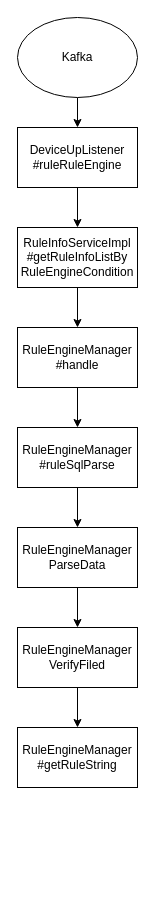
Above: 规则引擎处理流程图.drawio in wjwzero/DesignDrawing- (draw.io), before the change. Source tidied: cells renumbered, new cells numbered last; positions are measured from the earlier drawing's top-left corner, leaving out a move shared by most shapes. Both pictures are drawn from the tidied source at 100%, with x=0, y=0 at pixel (17, 17).
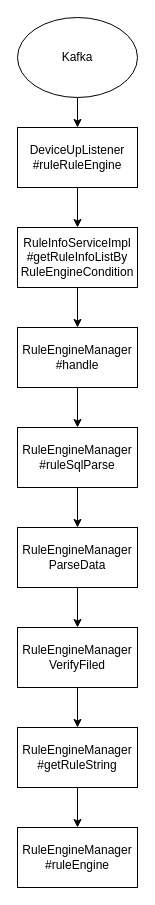
Above is the later version.

Commit message (it also covers changes not shown here):
更新规则引擎处理流程图.drawio

What changed in the source:
```diff
@@
 <mxGraphModel>
   <root>
     <mxCell id="0" />
     <mxCell id="1" parent="0" />
     <mxCell id="2" style="edgeStyle=orthogonalEdgeStyle;rounded=0;jettySize=auto;html=1;" parent="1" edge="1" source="3" target="5">
       <mxGeometry relative="1" as="geometry" />
     </mxCell>
     <mxCell id="3" value="Kafka" style="ellipse;whiteSpace=wrap;html=1;" parent="1" vertex="1">
       <mxGeometry width="120" height="80" as="geometry" />
     </mxCell>
     <mxCell id="4" style="edgeStyle=orthogonalEdgeStyle;rounded=0;jettySize=auto;html=1;" parent="1" edge="1" source="5" target="7">
       <mxGeometry relative="1" as="geometry" />
     </mxCell>
     <mxCell id="5" value="DeviceUpListener&lt;br&gt;#ruleRuleEngine" style="rounded=0;whiteSpace=wrap;html=1;" parent="1" vertex="1">
       <mxGeometry y="110" width="120" height="60" as="geometry" />
     </mxCell>
     <mxCell id="6" style="edgeStyle=orthogonalEdgeStyle;rounded=0;jettySize=auto;html=1;" parent="1" edge="1" source="7" target="9">
       <mxGeometry relative="1" as="geometry" />
     </mxCell>
     <mxCell id="7" value="RuleInfoServiceImpl&lt;br&gt;#getRuleInfoListBy&lt;br&gt;RuleEngineCondition" style="rounded=0;whiteSpace=wrap;html=1;" parent="1" vertex="1">
       <mxGeometry y="210" width="120" height="60" as="geometry" />
     </mxCell>
     <mxCell id="8" style="edgeStyle=orthogonalEdgeStyle;rounded=0;jettySize=auto;html=1;" parent="1" edge="1" source="9" target="11">
       <mxGeometry relative="1" as="geometry" />
     </mxCell>
     <mxCell id="9" value="RuleEngineManager&lt;br&gt;#handle" style="rounded=0;whiteSpace=wrap;html=1;" parent="1" vertex="1">
       <mxGeometry y="310" width="120" height="60" as="geometry" />
     </mxCell>
     <mxCell id="10" style="edgeStyle=orthogonalEdgeStyle;rounded=0;jettySize=auto;html=1;" parent="1" edge="1" source="11" target="13">
       <mxGeometry relative="1" as="geometry" />
     </mxCell>
     <mxCell id="11" value="RuleEngineManager&lt;br&gt;#ruleSqlParse" style="rounded=0;whiteSpace=wrap;html=1;" parent="1" vertex="1">
       <mxGeometry y="410" width="120" height="60" as="geometry" />
     </mxCell>
     <mxCell id="12" style="edgeStyle=orthogonalEdgeStyle;rounded=0;jettySize=auto;html=1;" parent="1" edge="1" source="13" target="15">
       <mxGeometry relative="1" as="geometry" />
     </mxCell>
     <mxCell id="13" value="RuleEngineManager&lt;br&gt;ParseData" style="whiteSpace=wrap;html=1;rounded=0;" parent="1" vertex="1">
       <mxGeometry y="510" width="120" height="60" as="geometry" />
     </mxCell>
     <mxCell id="14" style="edgeStyle=orthogonalEdgeStyle;rounded=0;jettySize=auto;html=1;" parent="1" edge="1" source="15" target="16">
       <mxGeometry relative="1" as="geometry" />
     </mxCell>
     <mxCell id="15" value="RuleEngineManager&lt;br&gt;VerifyFiled" style="whiteSpace=wrap;html=1;rounded=0;" parent="1" vertex="1">
       <mxGeometry y="610" width="120" height="60" as="geometry" />
     </mxCell>
+    <mxCell id="17" style="edgeStyle=orthogonalEdgeStyle;rounded=0;jettySize=auto;html=1;" parent="1" edge="1" source="16" target="18">
+      <mxGeometry relative="1" as="geometry" />
+    </mxCell>
     <mxCell id="16" value="RuleEngineManager&lt;br&gt;#getRuleString" style="whiteSpace=wrap;html=1;rounded=0;" parent="1" vertex="1">
       <mxGeometry y="710" width="120" height="60" as="geometry" />
     </mxCell>
+    <mxCell id="18" value="RuleEngineManager&lt;br&gt;#ruleEngine" style="whiteSpace=wrap;html=1;rounded=0;" parent="1" vertex="1">
+      <mxGeometry y="810" width="120" height="60" as="geometry" />
+    </mxCell>
   </root>
 </mxGraphModel>
```
